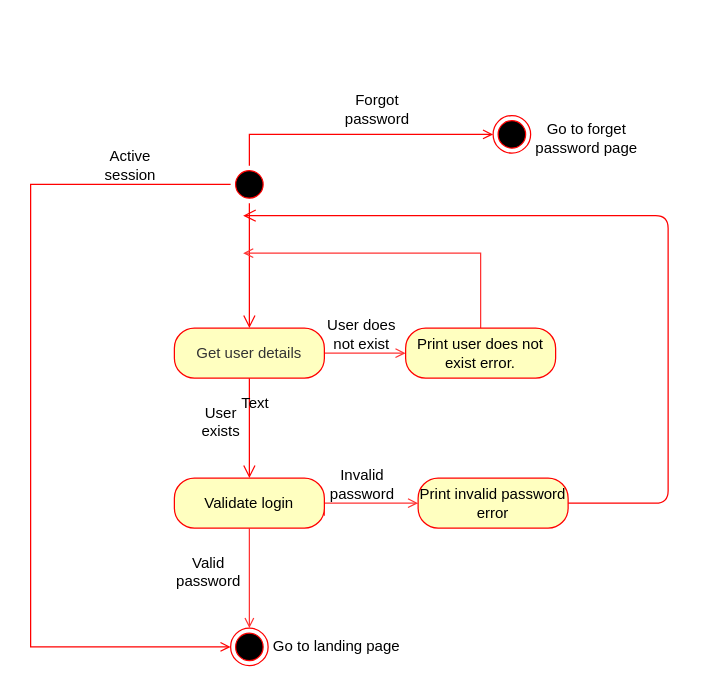
This is diagrams/login_page_statechart.drawio from greenpeace-wits/Student-Success-Hub, a draw.io file, before an edit. Source tidied: cells renumbered, new cells numbered last; positions are measured from the earlier drawing's top-left corner, leaving out a move shared by most shapes. Both pictures are drawn from the tidied source at 125%, with x=0, y=0 at pixel (30, 90).
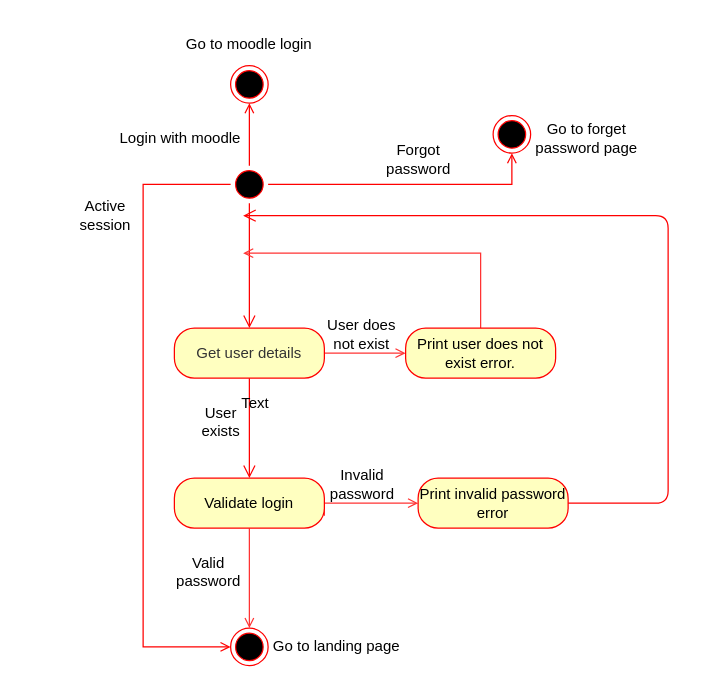
The same page after the edit.

Unchanged cells that the change refers to:
```xml
<mxCell id="4" style="ellipse;html=1;shape=startState;fillColor=#000000;strokeColor=#ff0000;" parent="1" vertex="1">
  <mxGeometry x="160" y="60" width="30" height="30" as="geometry" />
</mxCell>
<mxCell id="16" style="ellipse;html=1;shape=endState;fillColor=#000000;strokeColor=#ff0000;" parent="1" vertex="1">
  <mxGeometry x="160" y="430" width="30" height="30" as="geometry" />
</mxCell>
<mxCell id="22" style="ellipse;html=1;shape=endState;fillColor=#000000;strokeColor=#ff0000;" parent="1" vertex="1">
  <mxGeometry x="370" y="20" width="30" height="30" as="geometry" />
</mxCell>
```

Change to the diagram source:
```diff
@@
-    <mxCell id="2" style="edgeStyle=orthogonalEdgeStyle;rounded=0;jettySize=auto;html=1;entryX=0;entryY=0.5;entryDx=0;entryDy=0;endArrow=open;endFill=0;strokeColor=#FF0000;" parent="1" edge="1" source="4" target="22">
+    <mxCell id="2" style="edgeStyle=orthogonalEdgeStyle;rounded=0;jettySize=auto;html=1;entryX=0.5;entryY=1;entryDx=0;entryDy=0;endArrow=open;endFill=0;strokeColor=#FF0000;" parent="1" edge="1" source="4" target="22">
       <mxGeometry relative="1" as="geometry">
         <Array as="points">
-          <mxPoint x="175" y="35" />
+          <mxPoint x="385" y="75" />
         </Array>
       </mxGeometry>
     </mxCell>
     <mxCell id="3" style="edgeStyle=orthogonalEdgeStyle;rounded=0;jettySize=auto;html=1;endArrow=open;endFill=0;strokeColor=#FF0000;entryX=0;entryY=0.5;entryDx=0;entryDy=0;" parent="1" edge="1" source="4" target="16">
       <mxGeometry relative="1" as="geometry">
         <Array as="points">
-          <mxPoint y="75" />
-          <mxPoint y="445" />
+          <mxPoint x="90" y="75" />
+          <mxPoint x="90" y="445" />
         </Array>
       </mxGeometry>
     </mxCell>
+    <mxCell id="27" style="edgeStyle=orthogonalEdgeStyle;rounded=0;jettySize=auto;html=1;endArrow=open;endFill=0;strokeColor=#FF0000;entryX=0.5;entryY=1;entryDx=0;entryDy=0;" parent="1" edge="1" source="4" target="29">
+      <mxGeometry relative="1" as="geometry" />
+    </mxCell>
@@
     <mxCell id="21" value="Forgot password" style="text;html=1;strokeColor=none;fillColor=none;align=center;verticalAlign=middle;whiteSpace=wrap;rounded=0;fontColor=#000000;" parent="1" vertex="1">
-      <mxGeometry x="255" width="45" height="30" as="geometry" />
+      <mxGeometry x="287.5" y="40" width="45" height="30" as="geometry" />
     </mxCell>
@@
     <mxCell id="26" value="Active session" style="text;html=1;strokeColor=none;fillColor=none;align=center;verticalAlign=middle;whiteSpace=wrap;rounded=0;" parent="1" vertex="1">
-      <mxGeometry x="60" y="50" width="40" height="20" as="geometry" />
+      <mxGeometry x="40" y="90" width="40" height="20" as="geometry" />
     </mxCell>
+    <mxCell id="28" value="Go to moodle login" style="text;html=1;strokeColor=none;fillColor=none;align=center;verticalAlign=middle;whiteSpace=wrap;rounded=0;" parent="1" vertex="1">
+      <mxGeometry x="120" y="-55" width="110" height="35" as="geometry" />
+    </mxCell>
+    <mxCell id="29" style="ellipse;html=1;shape=endState;fillColor=#000000;strokeColor=#ff0000;" parent="1" vertex="1">
+      <mxGeometry x="160" y="-20" width="30" height="30" as="geometry" />
+    </mxCell>
+    <mxCell id="30" value="Login with moodle" style="text;html=1;strokeColor=none;fillColor=none;align=center;verticalAlign=middle;whiteSpace=wrap;rounded=0;" parent="1" vertex="1">
+      <mxGeometry x="65" y="20" width="110" height="35" as="geometry" />
+    </mxCell>
```
